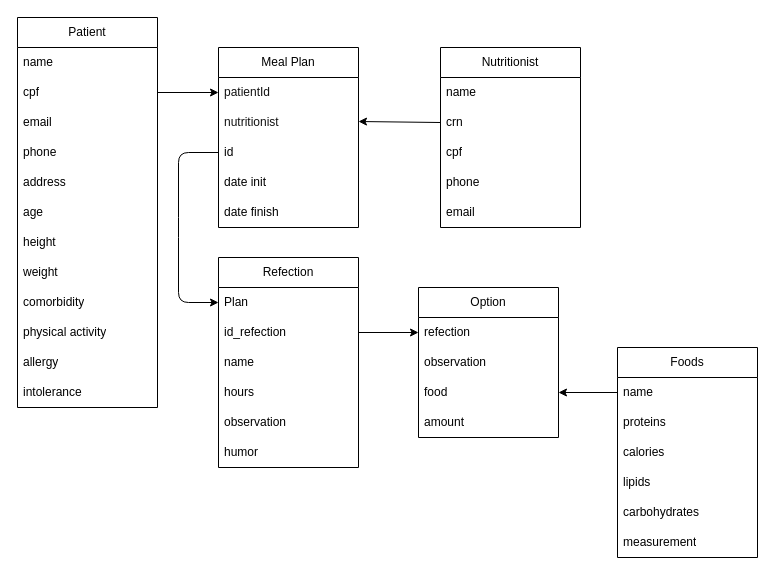
Above: docs/clinic.drawio in biaapedrosa/Projeto-DS (draw.io), before the change. Source tidied: cells renumbered, new cells numbered last; positions are measured from the earlier drawing's top-left corner, leaving out a move shared by most shapes. Both pictures are drawn from the tidied source at 100%, with x=0, y=0 at pixel (17, 17).
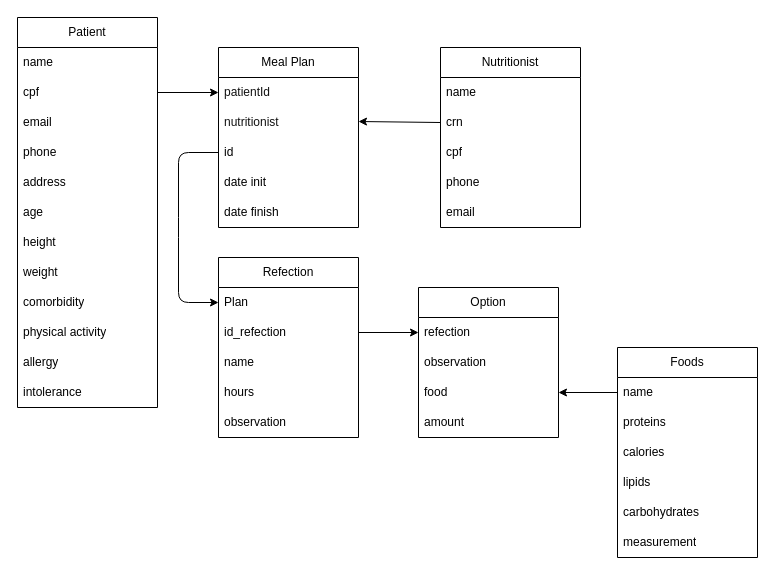
After the change.

Change to the diagram source:
```diff
@@
     <mxCell id="28" value="Refection" style="swimlane;fontStyle=0;horizontal=1;startSize=30;whiteSpace=wrap;html=1;" parent="1" vertex="1">
-      <mxGeometry x="201" y="240" width="140" height="210" as="geometry" />
+      <mxGeometry x="201" y="240" width="140" height="180" as="geometry" />
     </mxCell>
@@
-    <mxCell id="34" value="humor" style="text;strokeColor=none;fillColor=none;align=left;verticalAlign=middle;spacingLeft=4;spacingRight=4;overflow=hidden;whiteSpace=wrap;html=1;" parent="28" vertex="1">
-      <mxGeometry y="180" width="140" height="30" as="geometry" />
-    </mxCell>
```
